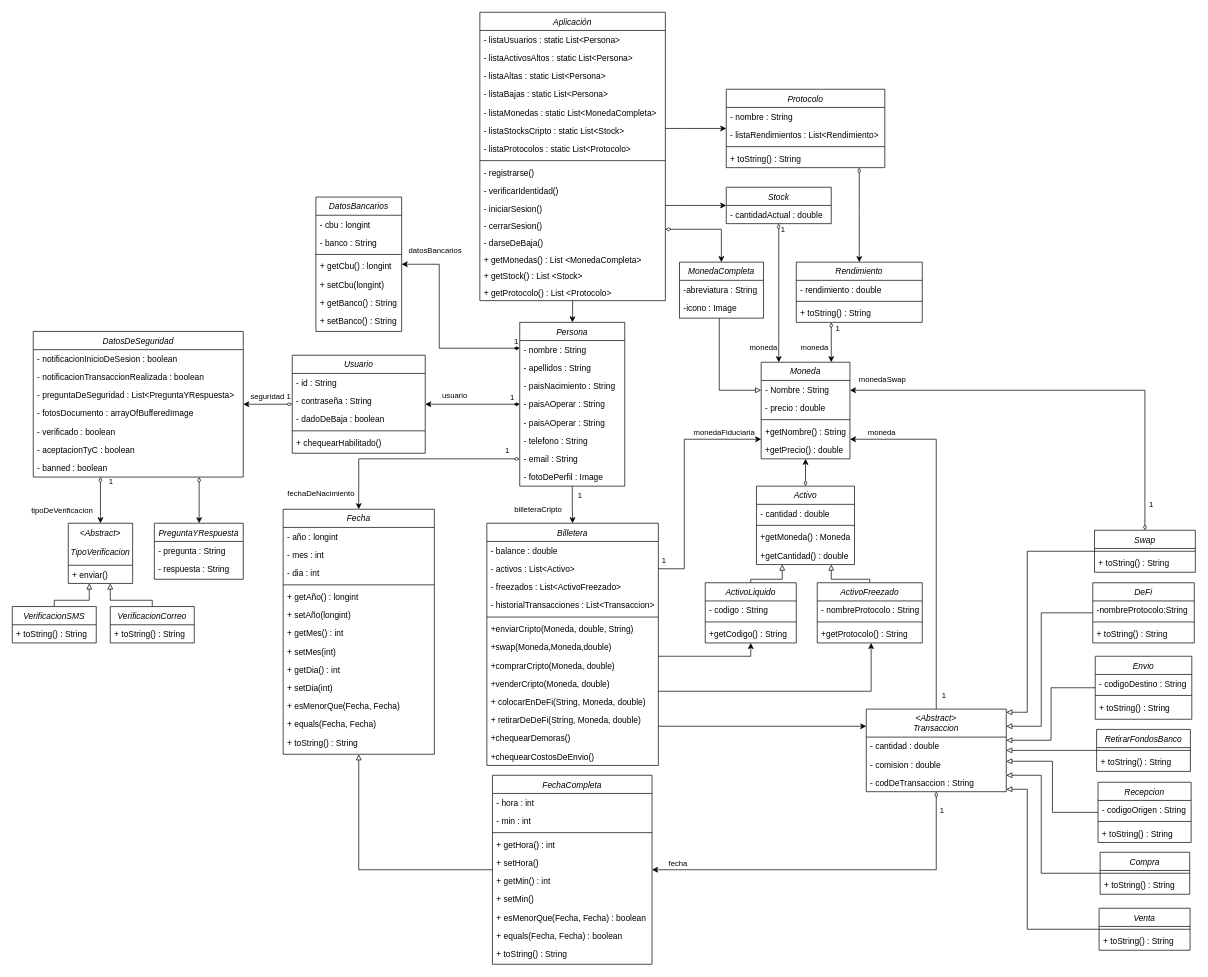
Earlier version of the draw.io diagram Diagrama.drawio (Faus142005/CriptoWallet). Source tidied: cells renumbered, new cells numbered last; positions are measured from the earlier drawing's top-left corner, leaving out a move shared by most shapes. Both pictures are drawn from the tidied source at 70%, with x=0, y=0 at pixel (12, 12).
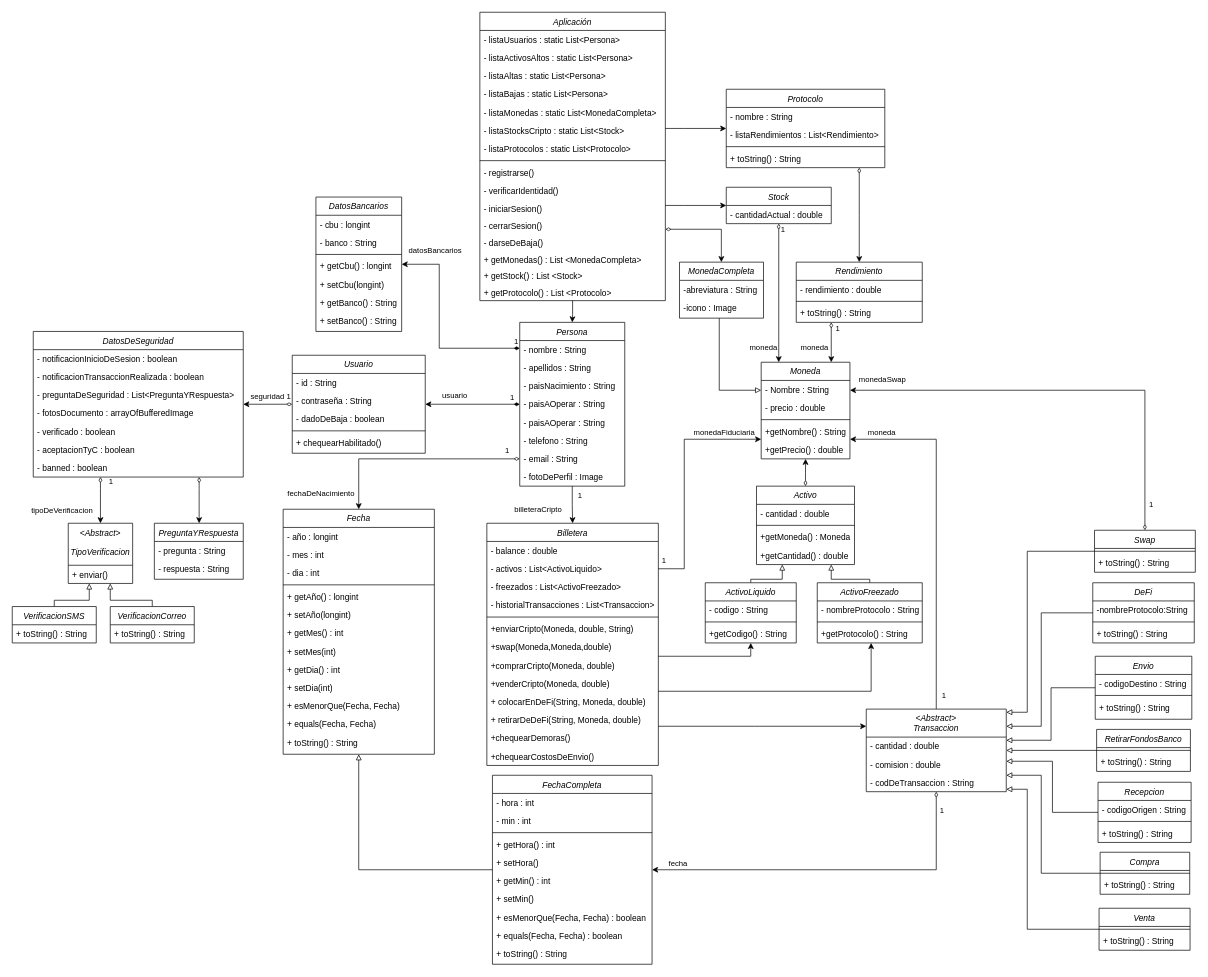
After the change.

The change refers to these unchanged cells:
```xml
<mxCell id="81" value="Billetera" style="swimlane;fontStyle=2;align=center;verticalAlign=top;horizontal=1;startSize=26;rounded=0;shadow=0;strokeWidth=1;fontSize=12;" parent="1" vertex="1">
  <mxGeometry x="678" y="730" width="245" height="346" as="geometry" />
</mxCell>
```

Diff of the diagram source:
```diff
@@
-    <mxCell id="83" value="- activos : List&lt;Activo&gt;" style="text;align=left;verticalAlign=top;spacingLeft=4;spacingRight=4;overflow=hidden;points=[[0,0.5],[1,0.5]];portConstraint=eastwest;rounded=0;shadow=0;html=0;fontSize=12;" parent="81" vertex="1">
+    <mxCell id="83" value="- activos : List&lt;ActivoLiquido&gt;" style="text;align=left;verticalAlign=top;spacingLeft=4;spacingRight=4;overflow=hidden;points=[[0,0.5],[1,0.5]];portConstraint=eastwest;rounded=0;shadow=0;html=0;fontSize=12;" parent="81" vertex="1">
       <mxGeometry y="52" width="245" height="26" as="geometry" />
     </mxCell>
```
